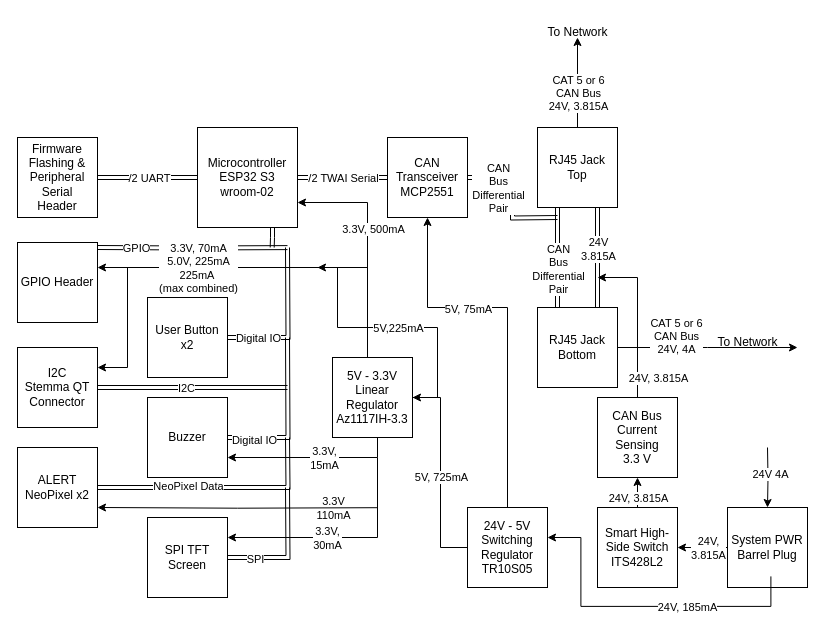
Above: BlockDiagrams/BaseStationBlock.drawio in ProjectFishWorks/Documentation (draw.io), before the change. Source tidied: cells renumbered, new cells numbered last; positions are measured from the earlier drawing's top-left corner, leaving out a move shared by most shapes. Both pictures are drawn from the tidied source at 100%, with x=0, y=0 at pixel (17, 17).
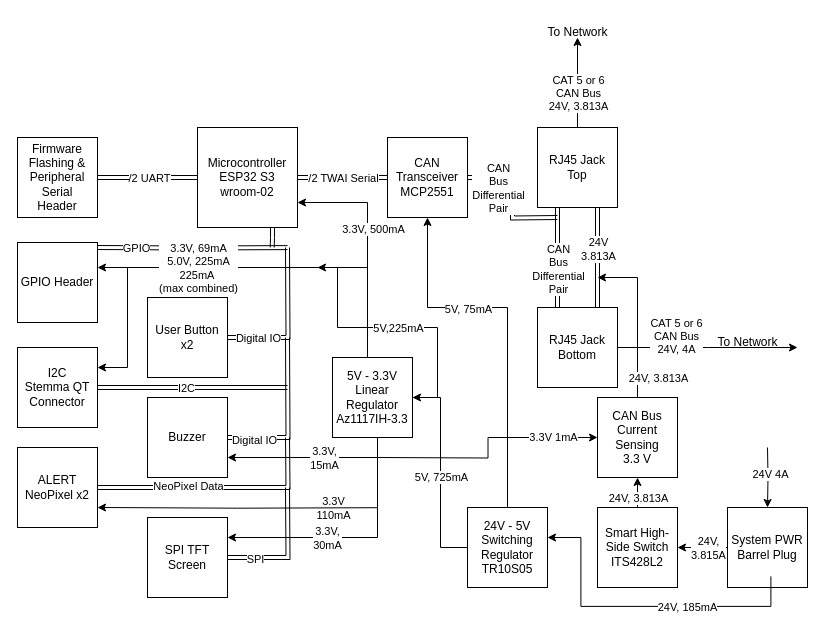
The same diagram, later.

Unchanged cells that the change refers to:
```xml
<mxCell id="6" style="edgeStyle=orthogonalEdgeStyle;rounded=0;jettySize=auto;html=1;exitX=0.75;exitY=1;exitDx=0;exitDy=0;entryX=0.75;entryY=0;entryDx=0;entryDy=0;shape=link;" parent="1" edge="1" source="10" target="12">
  <mxGeometry relative="1" as="geometry" />
</mxCell>
<mxCell id="8" style="edgeStyle=orthogonalEdgeStyle;rounded=0;jettySize=auto;html=1;" parent="1" edge="1" source="10">
  <mxGeometry relative="1" as="geometry">
    <mxPoint x="560" y="20" as="targetPoint" />
  </mxGeometry>
</mxCell>
<mxCell id="36" style="edgeStyle=orthogonalEdgeStyle;rounded=0;orthogonalLoop=1;jettySize=auto;html=1;" parent="1" edge="1">
  <mxGeometry relative="1" as="geometry">
    <mxPoint x="350" y="250" as="sourcePoint" />
    <mxPoint x="80" y="250" as="targetPoint" />
  </mxGeometry>
</mxCell>
<mxCell id="59" value="CAN Bus Current Sensing&lt;div&gt;3.3 V&lt;/div&gt;" style="whiteSpace=wrap;html=1;" parent="1" vertex="1">
  <mxGeometry x="580" y="380" width="80" height="80" as="geometry" />
</mxCell>
<mxCell id="63" style="edgeStyle=orthogonalEdgeStyle;rounded=0;jettySize=auto;html=1;entryX=0.5;entryY=1;entryDx=0;entryDy=0;" parent="1" edge="1" source="65" target="59">
  <mxGeometry relative="1" as="geometry" />
</mxCell>
```

The edit, as a diff of the source:
```diff
@@
-    <mxCell id="7" value="24V&lt;div&gt;3.815A&lt;/div&gt;" style="edgeLabel;html=1;align=center;verticalAlign=middle;" parent="6" vertex="1">
+    <mxCell id="7" value="24V&lt;div&gt;3.813A&lt;/div&gt;" style="edgeLabel;html=1;align=center;verticalAlign=middle;" parent="6" vertex="1">
       <mxGeometry x="-0.29" relative="1" as="geometry">
         <mxPoint y="5" as="offset" />
       </mxGeometry>
     </mxCell>
@@
-    <mxCell id="9" value="CAT 5 or 6&lt;div&gt;CAN Bus&lt;/div&gt;&lt;div&gt;24V, 3.815A&lt;/div&gt;" style="edgeLabel;html=1;align=center;verticalAlign=middle;" parent="8" vertex="1">
+    <mxCell id="9" value="CAT 5 or 6&lt;div&gt;CAN Bus&lt;/div&gt;&lt;div&gt;24V, 3.813A&lt;/div&gt;" style="edgeLabel;html=1;align=center;verticalAlign=middle;" parent="8" vertex="1">
       <mxGeometry x="-0.1" y="-1" relative="1" as="geometry">
         <mxPoint x="-1" y="6" as="offset" />
       </mxGeometry>
     </mxCell>
@@
-    <mxCell id="37" value="3.3V, 70mA&lt;div&gt;5.0V, 225mA&lt;br&gt;&lt;div&gt;&lt;div&gt;225mA&amp;nbsp;&lt;/div&gt;&lt;div&gt;(max combined)&lt;/div&gt;&lt;/div&gt;&lt;/div&gt;" style="edgeLabel;html=1;align=center;verticalAlign=middle;" parent="36" vertex="1">
+    <mxCell id="37" value="3.3V, 69mA&lt;div&gt;5.0V, 225mA&lt;br&gt;&lt;div&gt;&lt;div&gt;225mA&amp;nbsp;&lt;/div&gt;&lt;div&gt;(max combined)&lt;/div&gt;&lt;/div&gt;&lt;/div&gt;" style="edgeLabel;html=1;align=center;verticalAlign=middle;" parent="36" vertex="1">
       <mxGeometry x="0.26" relative="1" as="geometry" />
     </mxCell>
@@
+    <mxCell id="75" style="edgeStyle=orthogonalEdgeStyle;rounded=0;jettySize=auto;html=1;" parent="1" edge="1" target="59">
+      <mxGeometry relative="1" as="geometry">
+        <mxPoint x="360" y="440" as="sourcePoint" />
+      </mxGeometry>
+    </mxCell>
+    <mxCell id="76" value="3.3V 1mA" style="edgeLabel;html=1;align=center;verticalAlign=middle;" parent="75" vertex="1">
+      <mxGeometry x="0.63" y="1" relative="1" as="geometry" />
+    </mxCell>
@@
-    <mxCell id="64" value="24V, 3.815A" style="edgeLabel;html=1;align=center;verticalAlign=middle;" parent="63" vertex="1">
+    <mxCell id="64" value="24V, 3.813A" style="edgeLabel;html=1;align=center;verticalAlign=middle;" parent="63" vertex="1">
       <mxGeometry x="0.64" y="1" relative="1" as="geometry">
         <mxPoint x="1" y="11" as="offset" />
       </mxGeometry>
     </mxCell>
@@
-    <mxCell id="74" value="24V, 3.815A" style="edgeLabel;html=1;align=center;verticalAlign=middle;" parent="1" vertex="1">
+    <mxCell id="74" value="24V, 3.813A" style="edgeLabel;html=1;align=center;verticalAlign=middle;" parent="1" vertex="1">
       <mxGeometry x="640" y="360" as="geometry" />
     </mxCell>
```
